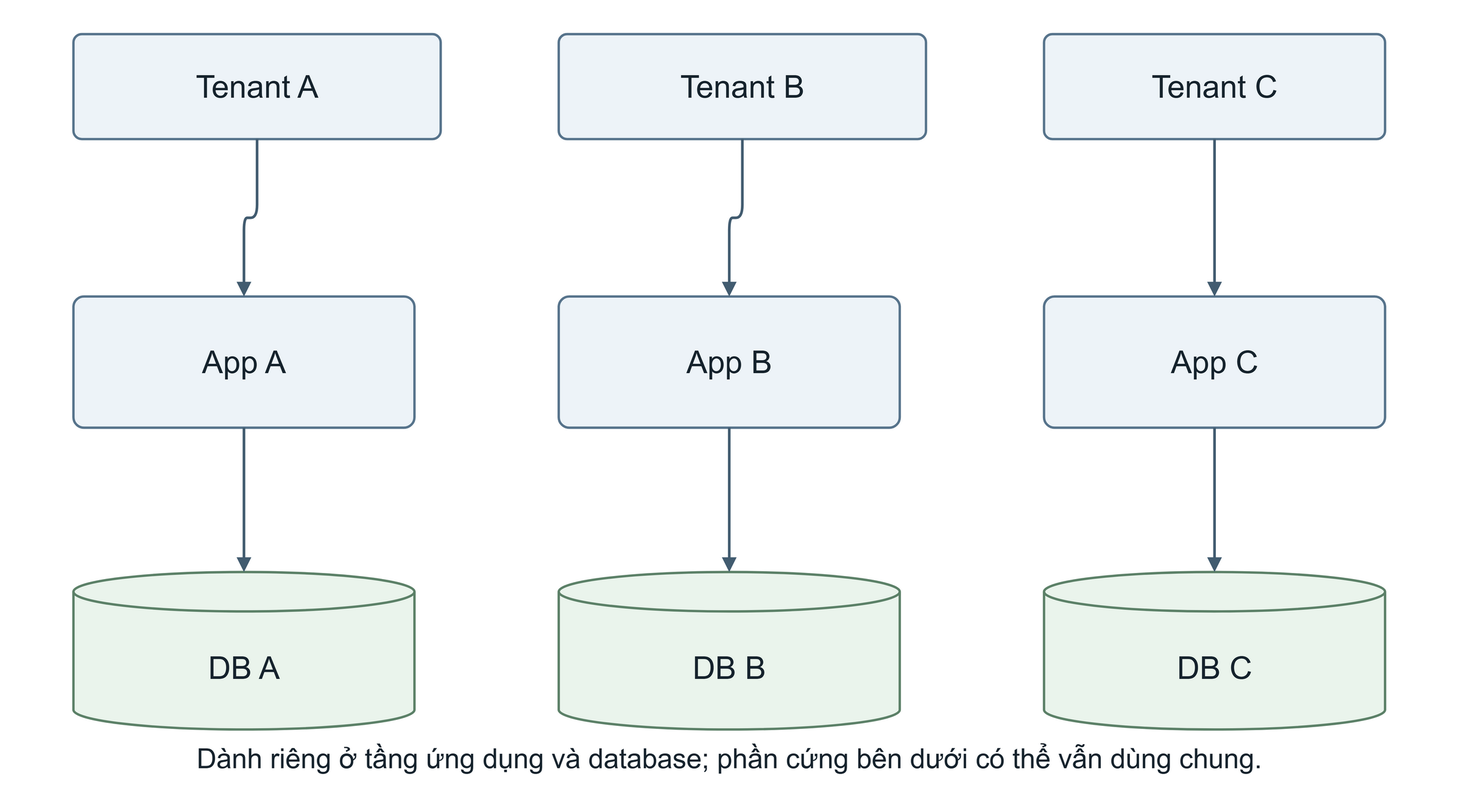
Earlier version of the draw.io export output/report-theo-dany/figures/editable-png/hinh_2_1_silo.drawio.png (Hungcb123/NCKH-Hung). Source tidied: cells renumbered, new cells last; positions are measured from the earlier drawing's top-left corner, leaving out a move shared by most shapes. Its diagram source:
```xml
<mxGraphModel background="#ffffff">
  <root>
    <mxCell id="0" />
    <mxCell id="1" parent="0" />
    <mxCell id="2" style="html=1;whiteSpace=wrap;fontFamily=Arial;fontColor=#16232D;fontSize=24;spacing=10;align=center;verticalAlign=middle;fillColor=none;strokeColor=none;" parent="1" vertex="1">
      <mxGeometry width="1100" height="600" as="geometry" />
    </mxCell>
    <mxCell id="3" value="Tenant A" style="html=1;whiteSpace=wrap;fontFamily=Arial;fontColor=#16232D;fontSize=24;spacing=10;align=center;verticalAlign=middle;rounded=1;arcSize=8;fillColor=#EDF3F8;strokeColor=#57748C;strokeWidth=1.8;" parent="1" vertex="1">
      <mxGeometry x="50" y="20" width="280" height="80" as="geometry" />
    </mxCell>
    <mxCell id="4" value="Tenant B" style="html=1;whiteSpace=wrap;fontFamily=Arial;fontColor=#16232D;fontSize=24;spacing=10;align=center;verticalAlign=middle;rounded=1;arcSize=8;fillColor=#EDF3F8;strokeColor=#57748C;strokeWidth=1.8;" parent="1" vertex="1">
      <mxGeometry x="420" y="20" width="280" height="80" as="geometry" />
    </mxCell>
    <mxCell id="5" value="Tenant C" style="html=1;whiteSpace=wrap;fontFamily=Arial;fontColor=#16232D;fontSize=24;spacing=10;align=center;verticalAlign=middle;rounded=1;arcSize=8;fillColor=#EDF3F8;strokeColor=#57748C;strokeWidth=1.8;" parent="1" vertex="1">
      <mxGeometry x="790" y="20" width="260" height="80" as="geometry" />
    </mxCell>
    <mxCell id="6" value="App A" style="html=1;whiteSpace=wrap;fontFamily=Arial;fontColor=#16232D;fontSize=24;spacing=10;align=center;verticalAlign=middle;rounded=1;arcSize=8;fillColor=#EDF3F8;strokeColor=#57748C;strokeWidth=1.8;" parent="1" vertex="1">
      <mxGeometry x="50" y="220" width="260" height="100" as="geometry" />
    </mxCell>
    <mxCell id="7" value="DB A" style="html=1;whiteSpace=wrap;fontFamily=Arial;fontColor=#16232D;fontSize=24;spacing=10;align=center;verticalAlign=middle;shape=cylinder3;size=15;boundedLbl=1;fillColor=#EAF4EC;strokeColor=#5C8168;strokeWidth=1.8;" parent="1" vertex="1">
      <mxGeometry x="50" y="430" width="260" height="120" as="geometry" />
    </mxCell>
    <mxCell id="8" style="edgeStyle=orthogonalEdgeStyle;rounded=1;jettySize=auto;html=1;fontFamily=Arial;fontSize=21;fontColor=#16232D;labelBackgroundColor=#FFFFFF;strokeColor=#425C70;strokeWidth=2;endArrow=block;endFill=1;exitX=0.5;exitY=1;entryX=0.5;entryY=0;" parent="1" edge="1" source="3" target="6">
      <mxGeometry relative="1" as="geometry" />
    </mxCell>
    <mxCell id="9" style="edgeStyle=orthogonalEdgeStyle;rounded=1;jettySize=auto;html=1;fontFamily=Arial;fontSize=21;fontColor=#16232D;labelBackgroundColor=#FFFFFF;strokeColor=#425C70;strokeWidth=2;endArrow=block;endFill=1;exitX=0.5;exitY=1;entryX=0.5;entryY=0;" parent="1" edge="1" source="6" target="7">
      <mxGeometry relative="1" as="geometry" />
    </mxCell>
    <mxCell id="10" value="App B" style="html=1;whiteSpace=wrap;fontFamily=Arial;fontColor=#16232D;fontSize=24;spacing=10;align=center;verticalAlign=middle;rounded=1;arcSize=8;fillColor=#EDF3F8;strokeColor=#57748C;strokeWidth=1.8;" parent="1" vertex="1">
      <mxGeometry x="420" y="220" width="260" height="100" as="geometry" />
    </mxCell>
    <mxCell id="11" value="DB B" style="html=1;whiteSpace=wrap;fontFamily=Arial;fontColor=#16232D;fontSize=24;spacing=10;align=center;verticalAlign=middle;shape=cylinder3;size=15;boundedLbl=1;fillColor=#EAF4EC;strokeColor=#5C8168;strokeWidth=1.8;" parent="1" vertex="1">
      <mxGeometry x="420" y="430" width="260" height="120" as="geometry" />
    </mxCell>
    <mxCell id="12" style="edgeStyle=orthogonalEdgeStyle;rounded=1;jettySize=auto;html=1;fontFamily=Arial;fontSize=21;fontColor=#16232D;labelBackgroundColor=#FFFFFF;strokeColor=#425C70;strokeWidth=2;endArrow=block;endFill=1;exitX=0.5;exitY=1;entryX=0.5;entryY=0;" parent="1" edge="1" source="4" target="10">
      <mxGeometry relative="1" as="geometry" />
    </mxCell>
    <mxCell id="13" style="edgeStyle=orthogonalEdgeStyle;rounded=1;jettySize=auto;html=1;fontFamily=Arial;fontSize=21;fontColor=#16232D;labelBackgroundColor=#FFFFFF;strokeColor=#425C70;strokeWidth=2;endArrow=block;endFill=1;exitX=0.5;exitY=1;entryX=0.5;entryY=0;" parent="1" edge="1" source="10" target="11">
      <mxGeometry relative="1" as="geometry" />
    </mxCell>
    <mxCell id="14" value="App C" style="html=1;whiteSpace=wrap;fontFamily=Arial;fontColor=#16232D;fontSize=24;spacing=10;align=center;verticalAlign=middle;rounded=1;arcSize=8;fillColor=#EDF3F8;strokeColor=#57748C;strokeWidth=1.8;" parent="1" vertex="1">
      <mxGeometry x="790" y="220" width="260" height="100" as="geometry" />
    </mxCell>
    <mxCell id="15" value="DB C" style="html=1;whiteSpace=wrap;fontFamily=Arial;fontColor=#16232D;fontSize=24;spacing=10;align=center;verticalAlign=middle;shape=cylinder3;size=15;boundedLbl=1;fillColor=#EAF4EC;strokeColor=#5C8168;strokeWidth=1.8;" parent="1" vertex="1">
      <mxGeometry x="790" y="430" width="260" height="120" as="geometry" />
    </mxCell>
    <mxCell id="16" style="edgeStyle=orthogonalEdgeStyle;rounded=1;jettySize=auto;html=1;fontFamily=Arial;fontSize=21;fontColor=#16232D;labelBackgroundColor=#FFFFFF;strokeColor=#425C70;strokeWidth=2;endArrow=block;endFill=1;exitX=0.5;exitY=1;entryX=0.5;entryY=0;" parent="1" edge="1" source="5" target="14">
      <mxGeometry relative="1" as="geometry" />
    </mxCell>
    <mxCell id="17" style="edgeStyle=orthogonalEdgeStyle;rounded=1;jettySize=auto;html=1;fontFamily=Arial;fontSize=21;fontColor=#16232D;labelBackgroundColor=#FFFFFF;strokeColor=#425C70;strokeWidth=2;endArrow=block;endFill=1;exitX=0.5;exitY=1;entryX=0.5;entryY=0;" parent="1" edge="1" source="14" target="15">
      <mxGeometry relative="1" as="geometry" />
    </mxCell>
    <mxCell id="18" value="Dành riêng ở tầng ứng dụng và database; phần cứng bên dưới có thể vẫn dùng chung." style="html=1;whiteSpace=wrap;fontFamily=Arial;fontColor=#16232D;fontSize=24;spacing=10;align=center;verticalAlign=middle;text;strokeColor=none;fillColor=none;fontSize=21;fontStyle=0;align=center;spacing=0;" parent="1" vertex="1">
      <mxGeometry x="20" y="555" width="1060" height="40" as="geometry" />
    </mxCell>
  </root>
</mxGraphModel>
```
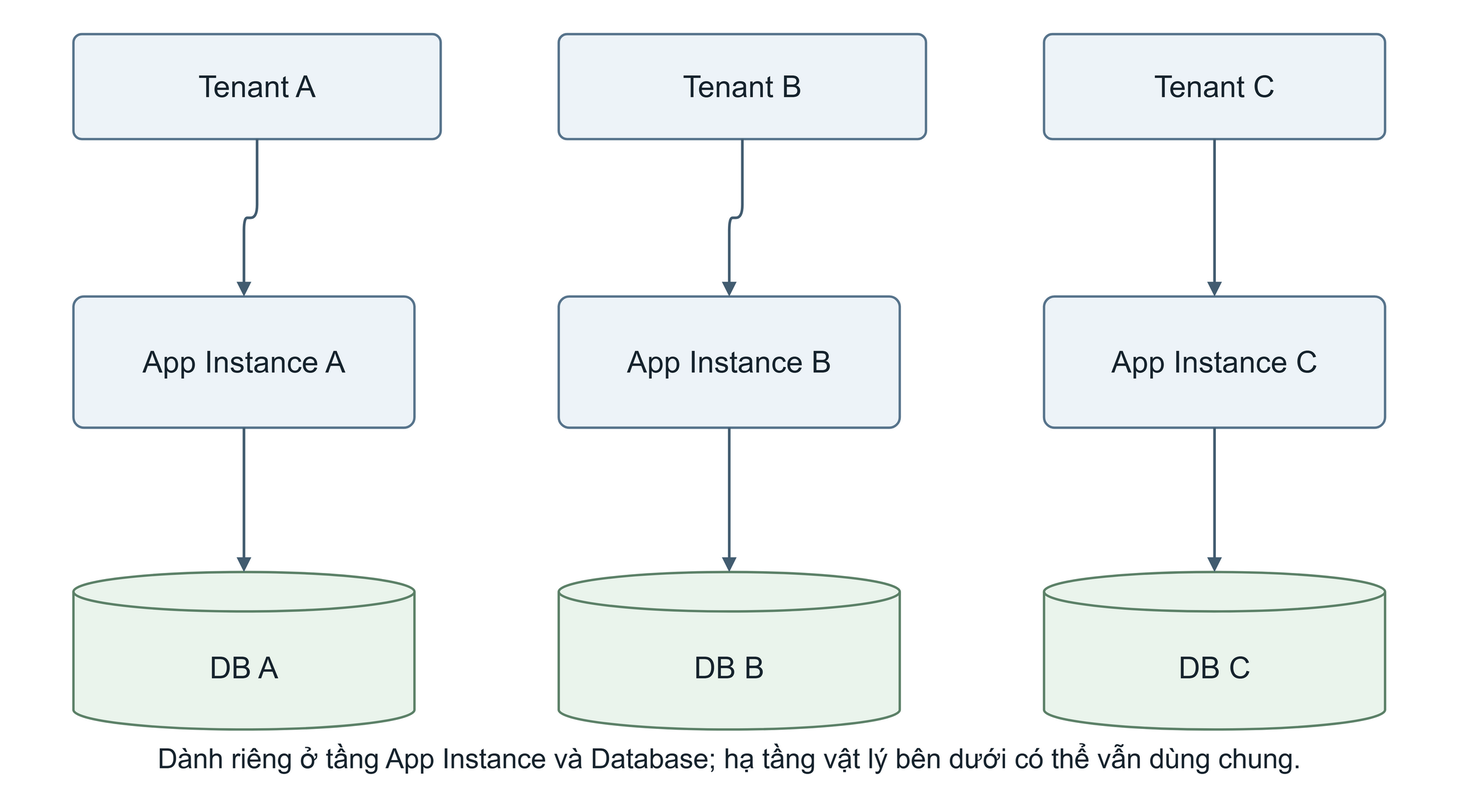
After the change.

The edit, as a diff of the source:
```diff
@@ -5,52 +5,52 @@
     <mxCell id="2" style="html=1;whiteSpace=wrap;fontFamily=Arial;fontColor=#16232D;fontSize=24;spacing=10;align=center;verticalAlign=middle;fillColor=none;strokeColor=none;" parent="1" vertex="1">
       <mxGeometry width="1100" height="600" as="geometry" />
     </mxCell>
-    <mxCell id="3" value="Tenant A" style="html=1;whiteSpace=wrap;fontFamily=Arial;fontColor=#16232D;fontSize=24;spacing=10;align=center;verticalAlign=middle;rounded=1;arcSize=8;fillColor=#EDF3F8;strokeColor=#57748C;strokeWidth=1.8;" parent="1" vertex="1">
+    <mxCell id="3" value="Tenant A" style="html=1;whiteSpace=wrap;fontFamily=Arial;fontColor=#16232D;fontSize=24;spacing=10;align=center;verticalAlign=middle;rounded=1;arcSize=8;fontSize=23;fillColor=#EDF3F8;strokeColor=#57748C;strokeWidth=1.8;" parent="1" vertex="1">
       <mxGeometry x="50" y="20" width="280" height="80" as="geometry" />
     </mxCell>
-    <mxCell id="4" value="Tenant B" style="html=1;whiteSpace=wrap;fontFamily=Arial;fontColor=#16232D;fontSize=24;spacing=10;align=center;verticalAlign=middle;rounded=1;arcSize=8;fillColor=#EDF3F8;strokeColor=#57748C;strokeWidth=1.8;" parent="1" vertex="1">
+    <mxCell id="4" value="Tenant B" style="html=1;whiteSpace=wrap;fontFamily=Arial;fontColor=#16232D;fontSize=24;spacing=10;align=center;verticalAlign=middle;rounded=1;arcSize=8;fontSize=23;fillColor=#EDF3F8;strokeColor=#57748C;strokeWidth=1.8;" parent="1" vertex="1">
       <mxGeometry x="420" y="20" width="280" height="80" as="geometry" />
     </mxCell>
-    <mxCell id="5" value="Tenant C" style="html=1;whiteSpace=wrap;fontFamily=Arial;fontColor=#16232D;fontSize=24;spacing=10;align=center;verticalAlign=middle;rounded=1;arcSize=8;fillColor=#EDF3F8;strokeColor=#57748C;strokeWidth=1.8;" parent="1" vertex="1">
+    <mxCell id="5" value="Tenant C" style="html=1;whiteSpace=wrap;fontFamily=Arial;fontColor=#16232D;fontSize=24;spacing=10;align=center;verticalAlign=middle;rounded=1;arcSize=8;fontSize=23;fillColor=#EDF3F8;strokeColor=#57748C;strokeWidth=1.8;" parent="1" vertex="1">
       <mxGeometry x="790" y="20" width="260" height="80" as="geometry" />
     </mxCell>
-    <mxCell id="6" value="App A" style="html=1;whiteSpace=wrap;fontFamily=Arial;fontColor=#16232D;fontSize=24;spacing=10;align=center;verticalAlign=middle;rounded=1;arcSize=8;fillColor=#EDF3F8;strokeColor=#57748C;strokeWidth=1.8;" parent="1" vertex="1">
+    <mxCell id="6" value="App Instance A" style="html=1;whiteSpace=wrap;fontFamily=Arial;fontColor=#16232D;fontSize=24;spacing=10;align=center;verticalAlign=middle;rounded=1;arcSize=8;fontSize=23;fillColor=#EDF3F8;strokeColor=#57748C;strokeWidth=1.8;" parent="1" vertex="1">
       <mxGeometry x="50" y="220" width="260" height="100" as="geometry" />
     </mxCell>
-    <mxCell id="7" value="DB A" style="html=1;whiteSpace=wrap;fontFamily=Arial;fontColor=#16232D;fontSize=24;spacing=10;align=center;verticalAlign=middle;shape=cylinder3;size=15;boundedLbl=1;fillColor=#EAF4EC;strokeColor=#5C8168;strokeWidth=1.8;" parent="1" vertex="1">
+    <mxCell id="7" value="DB A" style="html=1;whiteSpace=wrap;fontFamily=Arial;fontColor=#16232D;fontSize=24;spacing=10;align=center;verticalAlign=middle;shape=cylinder3;size=15;boundedLbl=1;fontSize=23;fillColor=#EAF4EC;strokeColor=#5C8168;strokeWidth=1.8;" parent="1" vertex="1">
       <mxGeometry x="50" y="430" width="260" height="120" as="geometry" />
     </mxCell>
-    <mxCell id="8" style="edgeStyle=orthogonalEdgeStyle;rounded=1;jettySize=auto;html=1;fontFamily=Arial;fontSize=21;fontColor=#16232D;labelBackgroundColor=#FFFFFF;strokeColor=#425C70;strokeWidth=2;endArrow=block;endFill=1;exitX=0.5;exitY=1;entryX=0.5;entryY=0;" parent="1" edge="1" source="3" target="6">
+    <mxCell id="8" style="edgeStyle=orthogonalEdgeStyle;rounded=1;jettySize=auto;html=1;fontFamily=Arial;fontSize=20;fontColor=#16232D;labelBackgroundColor=#FFFFFF;strokeColor=#425C70;strokeWidth=2;endArrow=block;endFill=1;exitX=0.5;exitY=1;entryX=0.5;entryY=0;" parent="1" edge="1" source="3" target="6">
       <mxGeometry relative="1" as="geometry" />
     </mxCell>
-    <mxCell id="9" style="edgeStyle=orthogonalEdgeStyle;rounded=1;jettySize=auto;html=1;fontFamily=Arial;fontSize=21;fontColor=#16232D;labelBackgroundColor=#FFFFFF;strokeColor=#425C70;strokeWidth=2;endArrow=block;endFill=1;exitX=0.5;exitY=1;entryX=0.5;entryY=0;" parent="1" edge="1" source="6" target="7">
+    <mxCell id="9" style="edgeStyle=orthogonalEdgeStyle;rounded=1;jettySize=auto;html=1;fontFamily=Arial;fontSize=20;fontColor=#16232D;labelBackgroundColor=#FFFFFF;strokeColor=#425C70;strokeWidth=2;endArrow=block;endFill=1;exitX=0.5;exitY=1;entryX=0.5;entryY=0;" parent="1" edge="1" source="6" target="7">
       <mxGeometry relative="1" as="geometry" />
     </mxCell>
-    <mxCell id="10" value="App B" style="html=1;whiteSpace=wrap;fontFamily=Arial;fontColor=#16232D;fontSize=24;spacing=10;align=center;verticalAlign=middle;rounded=1;arcSize=8;fillColor=#EDF3F8;strokeColor=#57748C;strokeWidth=1.8;" parent="1" vertex="1">
+    <mxCell id="10" value="App Instance B" style="html=1;whiteSpace=wrap;fontFamily=Arial;fontColor=#16232D;fontSize=24;spacing=10;align=center;verticalAlign=middle;rounded=1;arcSize=8;fontSize=23;fillColor=#EDF3F8;strokeColor=#57748C;strokeWidth=1.8;" parent="1" vertex="1">
       <mxGeometry x="420" y="220" width="260" height="100" as="geometry" />
     </mxCell>
-    <mxCell id="11" value="DB B" style="html=1;whiteSpace=wrap;fontFamily=Arial;fontColor=#16232D;fontSize=24;spacing=10;align=center;verticalAlign=middle;shape=cylinder3;size=15;boundedLbl=1;fillColor=#EAF4EC;strokeColor=#5C8168;strokeWidth=1.8;" parent="1" vertex="1">
+    <mxCell id="11" value="DB B" style="html=1;whiteSpace=wrap;fontFamily=Arial;fontColor=#16232D;fontSize=24;spacing=10;align=center;verticalAlign=middle;shape=cylinder3;size=15;boundedLbl=1;fontSize=23;fillColor=#EAF4EC;strokeColor=#5C8168;strokeWidth=1.8;" parent="1" vertex="1">
       <mxGeometry x="420" y="430" width="260" height="120" as="geometry" />
     </mxCell>
-    <mxCell id="12" style="edgeStyle=orthogonalEdgeStyle;rounded=1;jettySize=auto;html=1;fontFamily=Arial;fontSize=21;fontColor=#16232D;labelBackgroundColor=#FFFFFF;strokeColor=#425C70;strokeWidth=2;endArrow=block;endFill=1;exitX=0.5;exitY=1;entryX=0.5;entryY=0;" parent="1" edge="1" source="4" target="10">
+    <mxCell id="12" style="edgeStyle=orthogonalEdgeStyle;rounded=1;jettySize=auto;html=1;fontFamily=Arial;fontSize=20;fontColor=#16232D;labelBackgroundColor=#FFFFFF;strokeColor=#425C70;strokeWidth=2;endArrow=block;endFill=1;exitX=0.5;exitY=1;entryX=0.5;entryY=0;" parent="1" edge="1" source="4" target="10">
       <mxGeometry relative="1" as="geometry" />
     </mxCell>
-    <mxCell id="13" style="edgeStyle=orthogonalEdgeStyle;rounded=1;jettySize=auto;html=1;fontFamily=Arial;fontSize=21;fontColor=#16232D;labelBackgroundColor=#FFFFFF;strokeColor=#425C70;strokeWidth=2;endArrow=block;endFill=1;exitX=0.5;exitY=1;entryX=0.5;entryY=0;" parent="1" edge="1" source="10" target="11">
+    <mxCell id="13" style="edgeStyle=orthogonalEdgeStyle;rounded=1;jettySize=auto;html=1;fontFamily=Arial;fontSize=20;fontColor=#16232D;labelBackgroundColor=#FFFFFF;strokeColor=#425C70;strokeWidth=2;endArrow=block;endFill=1;exitX=0.5;exitY=1;entryX=0.5;entryY=0;" parent="1" edge="1" source="10" target="11">
       <mxGeometry relative="1" as="geometry" />
     </mxCell>
-    <mxCell id="14" value="App C" style="html=1;whiteSpace=wrap;fontFamily=Arial;fontColor=#16232D;fontSize=24;spacing=10;align=center;verticalAlign=middle;rounded=1;arcSize=8;fillColor=#EDF3F8;strokeColor=#57748C;strokeWidth=1.8;" parent="1" vertex="1">
+    <mxCell id="14" value="App Instance C" style="html=1;whiteSpace=wrap;fontFamily=Arial;fontColor=#16232D;fontSize=24;spacing=10;align=center;verticalAlign=middle;rounded=1;arcSize=8;fontSize=23;fillColor=#EDF3F8;strokeColor=#57748C;strokeWidth=1.8;" parent="1" vertex="1">
       <mxGeometry x="790" y="220" width="260" height="100" as="geometry" />
     </mxCell>
-    <mxCell id="15" value="DB C" style="html=1;whiteSpace=wrap;fontFamily=Arial;fontColor=#16232D;fontSize=24;spacing=10;align=center;verticalAlign=middle;shape=cylinder3;size=15;boundedLbl=1;fillColor=#EAF4EC;strokeColor=#5C8168;strokeWidth=1.8;" parent="1" vertex="1">
+    <mxCell id="15" value="DB C" style="html=1;whiteSpace=wrap;fontFamily=Arial;fontColor=#16232D;fontSize=24;spacing=10;align=center;verticalAlign=middle;shape=cylinder3;size=15;boundedLbl=1;fontSize=23;fillColor=#EAF4EC;strokeColor=#5C8168;strokeWidth=1.8;" parent="1" vertex="1">
       <mxGeometry x="790" y="430" width="260" height="120" as="geometry" />
     </mxCell>
-    <mxCell id="16" style="edgeStyle=orthogonalEdgeStyle;rounded=1;jettySize=auto;html=1;fontFamily=Arial;fontSize=21;fontColor=#16232D;labelBackgroundColor=#FFFFFF;strokeColor=#425C70;strokeWidth=2;endArrow=block;endFill=1;exitX=0.5;exitY=1;entryX=0.5;entryY=0;" parent="1" edge="1" source="5" target="14">
+    <mxCell id="16" style="edgeStyle=orthogonalEdgeStyle;rounded=1;jettySize=auto;html=1;fontFamily=Arial;fontSize=20;fontColor=#16232D;labelBackgroundColor=#FFFFFF;strokeColor=#425C70;strokeWidth=2;endArrow=block;endFill=1;exitX=0.5;exitY=1;entryX=0.5;entryY=0;" parent="1" edge="1" source="5" target="14">
       <mxGeometry relative="1" as="geometry" />
     </mxCell>
-    <mxCell id="17" style="edgeStyle=orthogonalEdgeStyle;rounded=1;jettySize=auto;html=1;fontFamily=Arial;fontSize=21;fontColor=#16232D;labelBackgroundColor=#FFFFFF;strokeColor=#425C70;strokeWidth=2;endArrow=block;endFill=1;exitX=0.5;exitY=1;entryX=0.5;entryY=0;" parent="1" edge="1" source="14" target="15">
+    <mxCell id="17" style="edgeStyle=orthogonalEdgeStyle;rounded=1;jettySize=auto;html=1;fontFamily=Arial;fontSize=20;fontColor=#16232D;labelBackgroundColor=#FFFFFF;strokeColor=#425C70;strokeWidth=2;endArrow=block;endFill=1;exitX=0.5;exitY=1;entryX=0.5;entryY=0;" parent="1" edge="1" source="14" target="15">
       <mxGeometry relative="1" as="geometry" />
     </mxCell>
-    <mxCell id="18" value="Dành riêng ở tầng ứng dụng và database; phần cứng bên dưới có thể vẫn dùng chung." style="html=1;whiteSpace=wrap;fontFamily=Arial;fontColor=#16232D;fontSize=24;spacing=10;align=center;verticalAlign=middle;text;strokeColor=none;fillColor=none;fontSize=21;fontStyle=0;align=center;spacing=0;" parent="1" vertex="1">
+    <mxCell id="18" value="Dành riêng ở tầng App Instance và Database; hạ tầng vật lý bên dưới có thể vẫn dùng chung." style="html=1;whiteSpace=wrap;fontFamily=Arial;fontColor=#16232D;fontSize=24;spacing=10;align=center;verticalAlign=middle;text;strokeColor=none;fillColor=none;fontSize=21;fontStyle=0;align=center;spacing=0;" parent="1" vertex="1">
       <mxGeometry x="20" y="555" width="1060" height="40" as="geometry" />
     </mxCell>
   </root>
```
